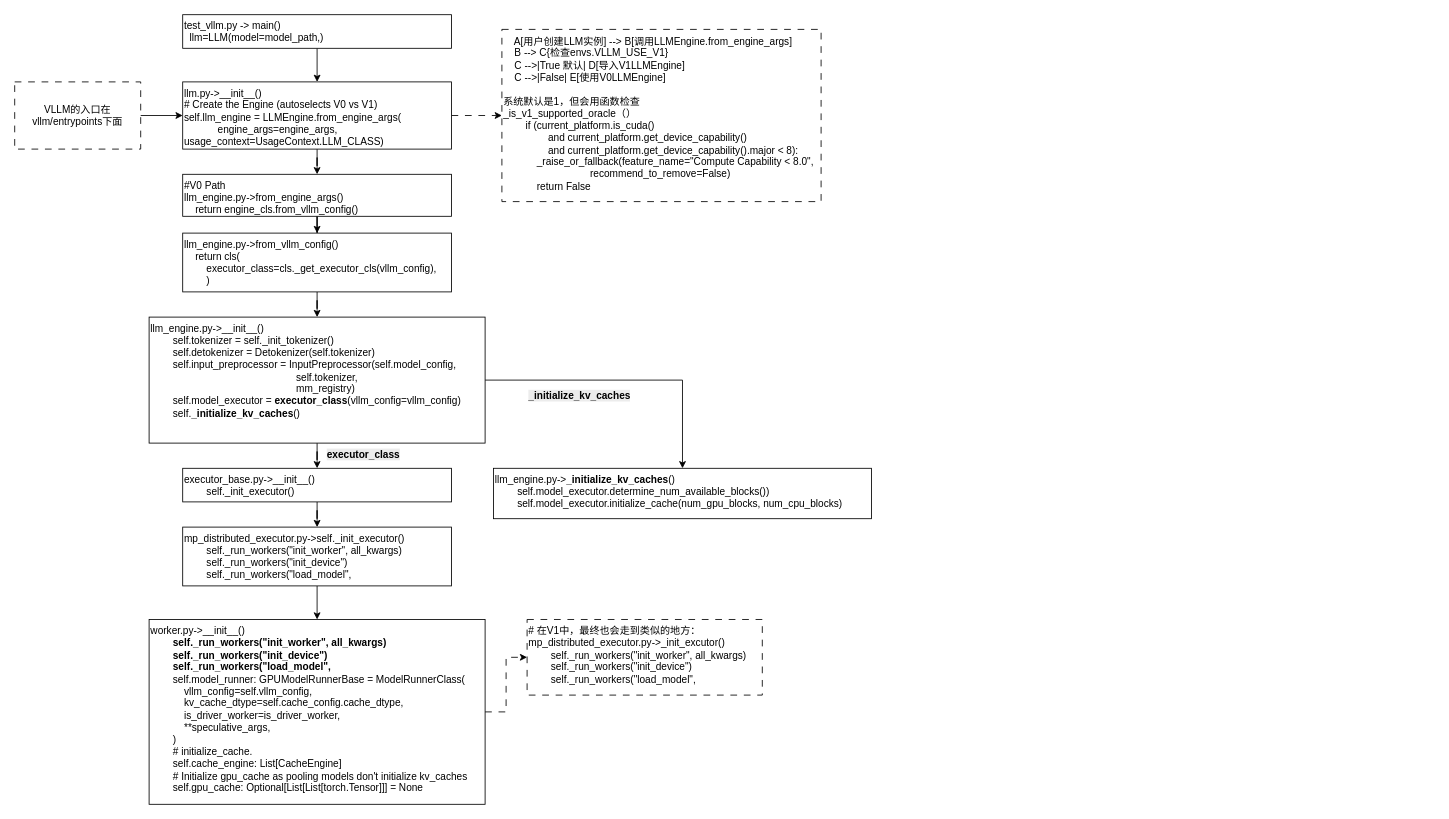
This is vllm.drawio from redfish1030/draw.io, a draw.io file, before an edit. Source tidied: cells renumbered, new cells numbered last; positions are measured from the earlier drawing's top-left corner, leaving out a move shared by most shapes. Both pictures are drawn from the tidied source at 84%, with x=0, y=0 at pixel (14, 14).
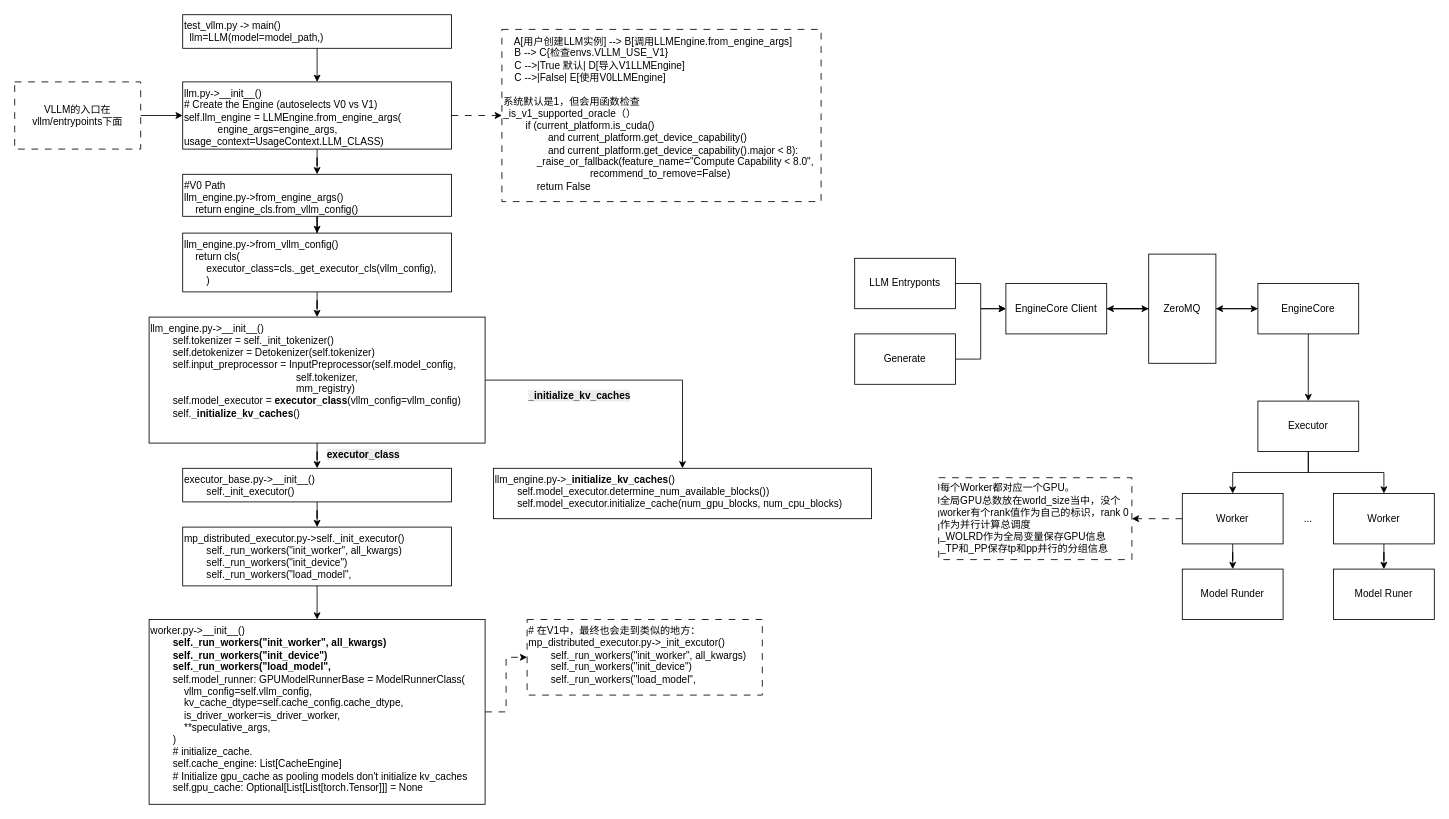
The same diagram, later.

Diff of the diagram source:
```diff
@@
+    <mxCell id="27" style="edgeStyle=orthogonalEdgeStyle;rounded=0;jettySize=auto;html=1;entryX=0;entryY=0.5;entryDx=0;entryDy=0;" parent="1" edge="1" source="28" target="33">
+      <mxGeometry relative="1" as="geometry" />
+    </mxCell>
+    <mxCell id="28" value="LLM Entryponts" style="rounded=0;whiteSpace=wrap;html=1;" parent="1" vertex="1">
+      <mxGeometry x="1000" y="290" width="120" height="60" as="geometry" />
+    </mxCell>
+    <mxCell id="29" style="edgeStyle=orthogonalEdgeStyle;rounded=0;jettySize=auto;html=1;entryX=0;entryY=0.5;entryDx=0;entryDy=0;" parent="1" edge="1" source="30" target="33">
+      <mxGeometry relative="1" as="geometry" />
+    </mxCell>
+    <mxCell id="30" value="Generate" style="rounded=0;whiteSpace=wrap;html=1;" parent="1" vertex="1">
+      <mxGeometry x="1000" y="380" width="120" height="60" as="geometry" />
+    </mxCell>
+    <mxCell id="31" style="edgeStyle=orthogonalEdgeStyle;rounded=0;jettySize=auto;html=1;" parent="1" edge="1" source="33" target="35">
+      <mxGeometry relative="1" as="geometry" />
+    </mxCell>
+    <mxCell id="32" style="edgeStyle=orthogonalEdgeStyle;rounded=0;jettySize=auto;html=1;" parent="1" edge="1" source="33" target="38">
+      <mxGeometry relative="1" as="geometry" />
+    </mxCell>
+    <mxCell id="33" value="EngineCore Client" style="rounded=0;whiteSpace=wrap;html=1;" parent="1" vertex="1">
+      <mxGeometry x="1180" y="320" width="120" height="60" as="geometry" />
+    </mxCell>
+    <mxCell id="34" style="edgeStyle=orthogonalEdgeStyle;rounded=0;jettySize=auto;html=1;" parent="1" edge="1" source="35" target="33">
+      <mxGeometry relative="1" as="geometry" />
+    </mxCell>
+    <mxCell id="35" value="ZeroMQ" style="rounded=0;whiteSpace=wrap;html=1;" parent="1" vertex="1">
+      <mxGeometry x="1350" y="285" width="80" height="130" as="geometry" />
+    </mxCell>
+    <mxCell id="36" style="edgeStyle=orthogonalEdgeStyle;rounded=0;jettySize=auto;html=1;" parent="1" edge="1" source="38" target="35">
+      <mxGeometry relative="1" as="geometry" />
+    </mxCell>
+    <mxCell id="37" style="edgeStyle=orthogonalEdgeStyle;rounded=0;jettySize=auto;html=1;" parent="1" edge="1" source="38" target="41">
+      <mxGeometry relative="1" as="geometry" />
+    </mxCell>
+    <mxCell id="38" value="EngineCore" style="rounded=0;whiteSpace=wrap;html=1;" parent="1" vertex="1">
+      <mxGeometry x="1480" y="320" width="120" height="60" as="geometry" />
+    </mxCell>
+    <mxCell id="39" style="edgeStyle=orthogonalEdgeStyle;rounded=0;jettySize=auto;html=1;" parent="1" edge="1" source="41" target="44">
+      <mxGeometry relative="1" as="geometry" />
+    </mxCell>
+    <mxCell id="40" style="edgeStyle=orthogonalEdgeStyle;rounded=0;jettySize=auto;html=1;" parent="1" edge="1" source="41" target="46">
+      <mxGeometry relative="1" as="geometry" />
+    </mxCell>
+    <mxCell id="41" value="Executor" style="rounded=0;whiteSpace=wrap;html=1;" parent="1" vertex="1">
+      <mxGeometry x="1480" y="460" width="120" height="60" as="geometry" />
+    </mxCell>
+    <mxCell id="42" style="edgeStyle=orthogonalEdgeStyle;rounded=0;jettySize=auto;html=1;" parent="1" edge="1" source="44" target="48">
+      <mxGeometry relative="1" as="geometry" />
+    </mxCell>
+    <mxCell id="43" style="edgeStyle=orthogonalEdgeStyle;rounded=0;jettySize=auto;html=1;dashed=1;dashPattern=8 8;" parent="1" edge="1" source="44" target="50">
+      <mxGeometry relative="1" as="geometry" />
+    </mxCell>
+    <mxCell id="44" value="Worker" style="rounded=0;whiteSpace=wrap;html=1;" parent="1" vertex="1">
+      <mxGeometry x="1390" y="570" width="120" height="60" as="geometry" />
+    </mxCell>
+    <mxCell id="45" style="edgeStyle=orthogonalEdgeStyle;rounded=0;jettySize=auto;html=1;" parent="1" edge="1" source="46" target="49">
+      <mxGeometry relative="1" as="geometry" />
+    </mxCell>
+    <mxCell id="46" value="Worker" style="rounded=0;whiteSpace=wrap;html=1;" parent="1" vertex="1">
+      <mxGeometry x="1570" y="570" width="120" height="60" as="geometry" />
+    </mxCell>
+    <mxCell id="47" value="..." style="text;html=1;align=center;verticalAlign=middle;whiteSpace=wrap;rounded=0;" parent="1" vertex="1">
+      <mxGeometry x="1510" y="585" width="60" height="30" as="geometry" />
+    </mxCell>
+    <mxCell id="48" value="Model Runder" style="rounded=0;whiteSpace=wrap;html=1;" parent="1" vertex="1">
+      <mxGeometry x="1390" y="660" width="120" height="60" as="geometry" />
+    </mxCell>
+    <mxCell id="49" value="Model Runer" style="rounded=0;whiteSpace=wrap;html=1;" parent="1" vertex="1">
+      <mxGeometry x="1570" y="660" width="120" height="60" as="geometry" />
+    </mxCell>
+    <mxCell id="50" value="每个Worker都对应一个GPU。&lt;div&gt;全局GPU总数放在world_size当中，没个worker有个rank值作为自己的标识，rank 0作为并行计算总调度&lt;/div&gt;&lt;div&gt;_WOLRD作为全局变量保存GPU信息&lt;/div&gt;&lt;div&gt;_TP和_PP保存tp和pp并行的分组信息&lt;/div&gt;" style="rounded=0;whiteSpace=wrap;html=1;dashed=1;dashPattern=8 8;align=left;" parent="1" vertex="1">
+      <mxGeometry x="1100" y="551.2" width="230" height="97.5" as="geometry" />
+    </mxCell>
```
